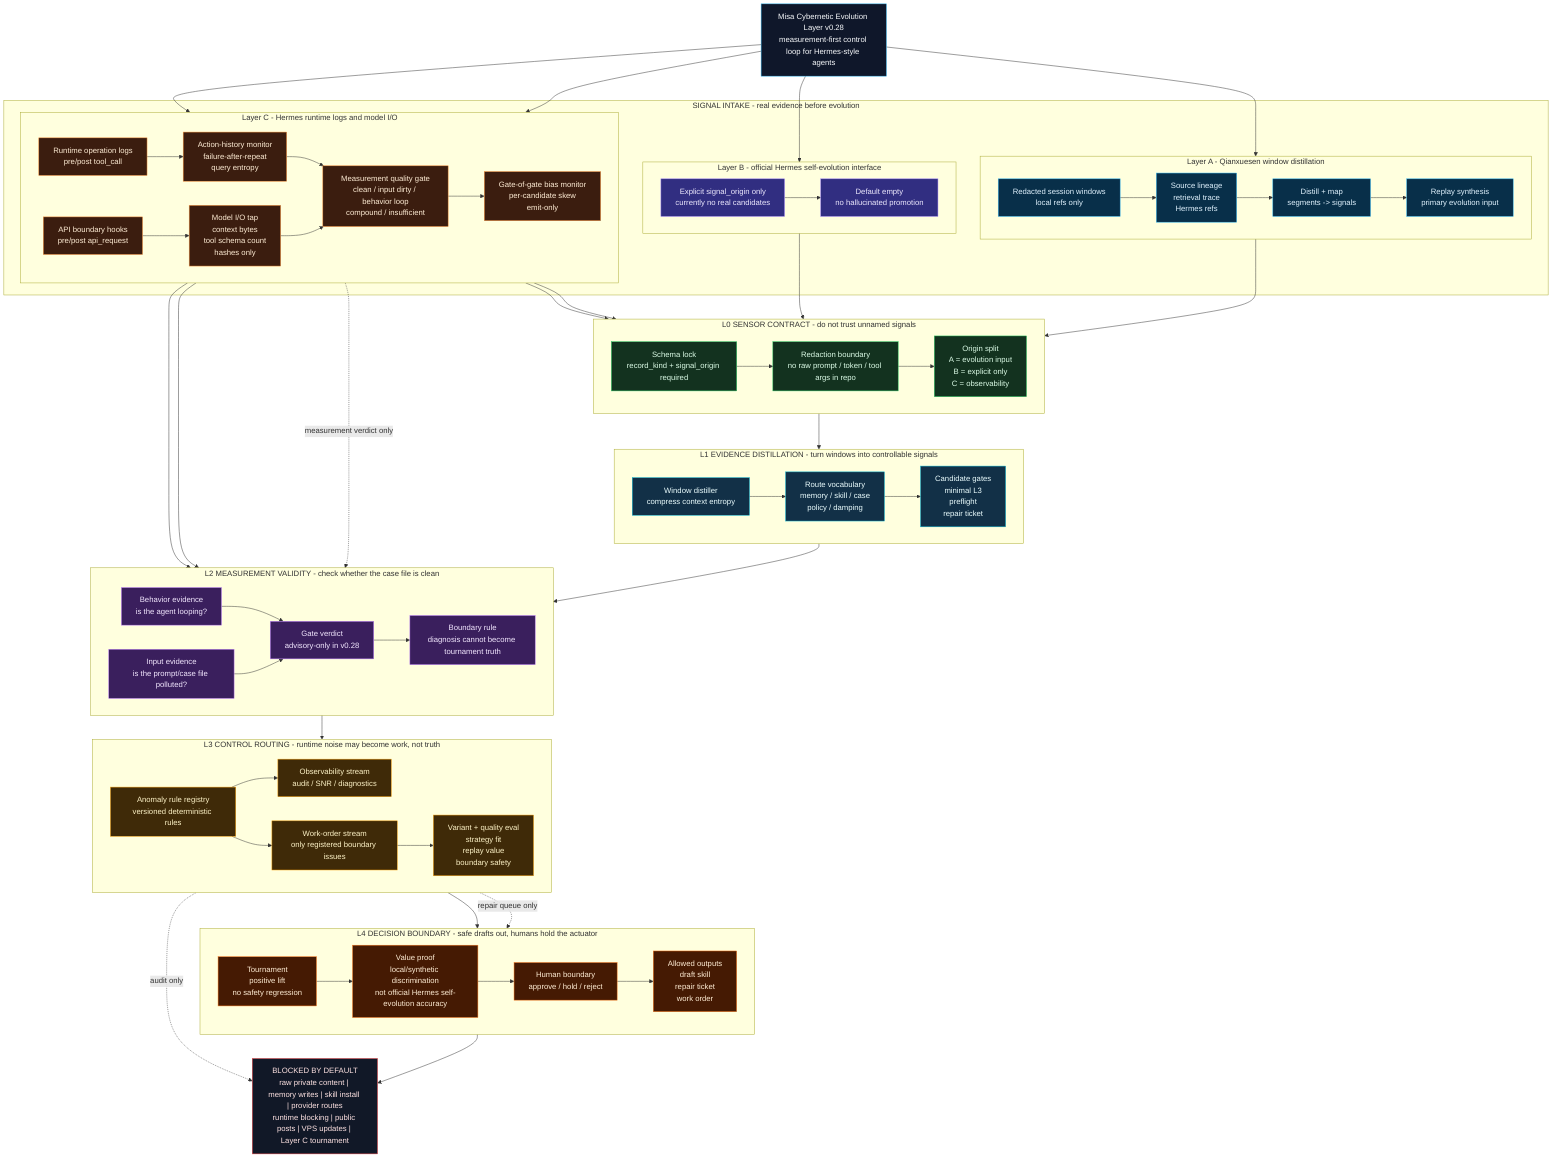
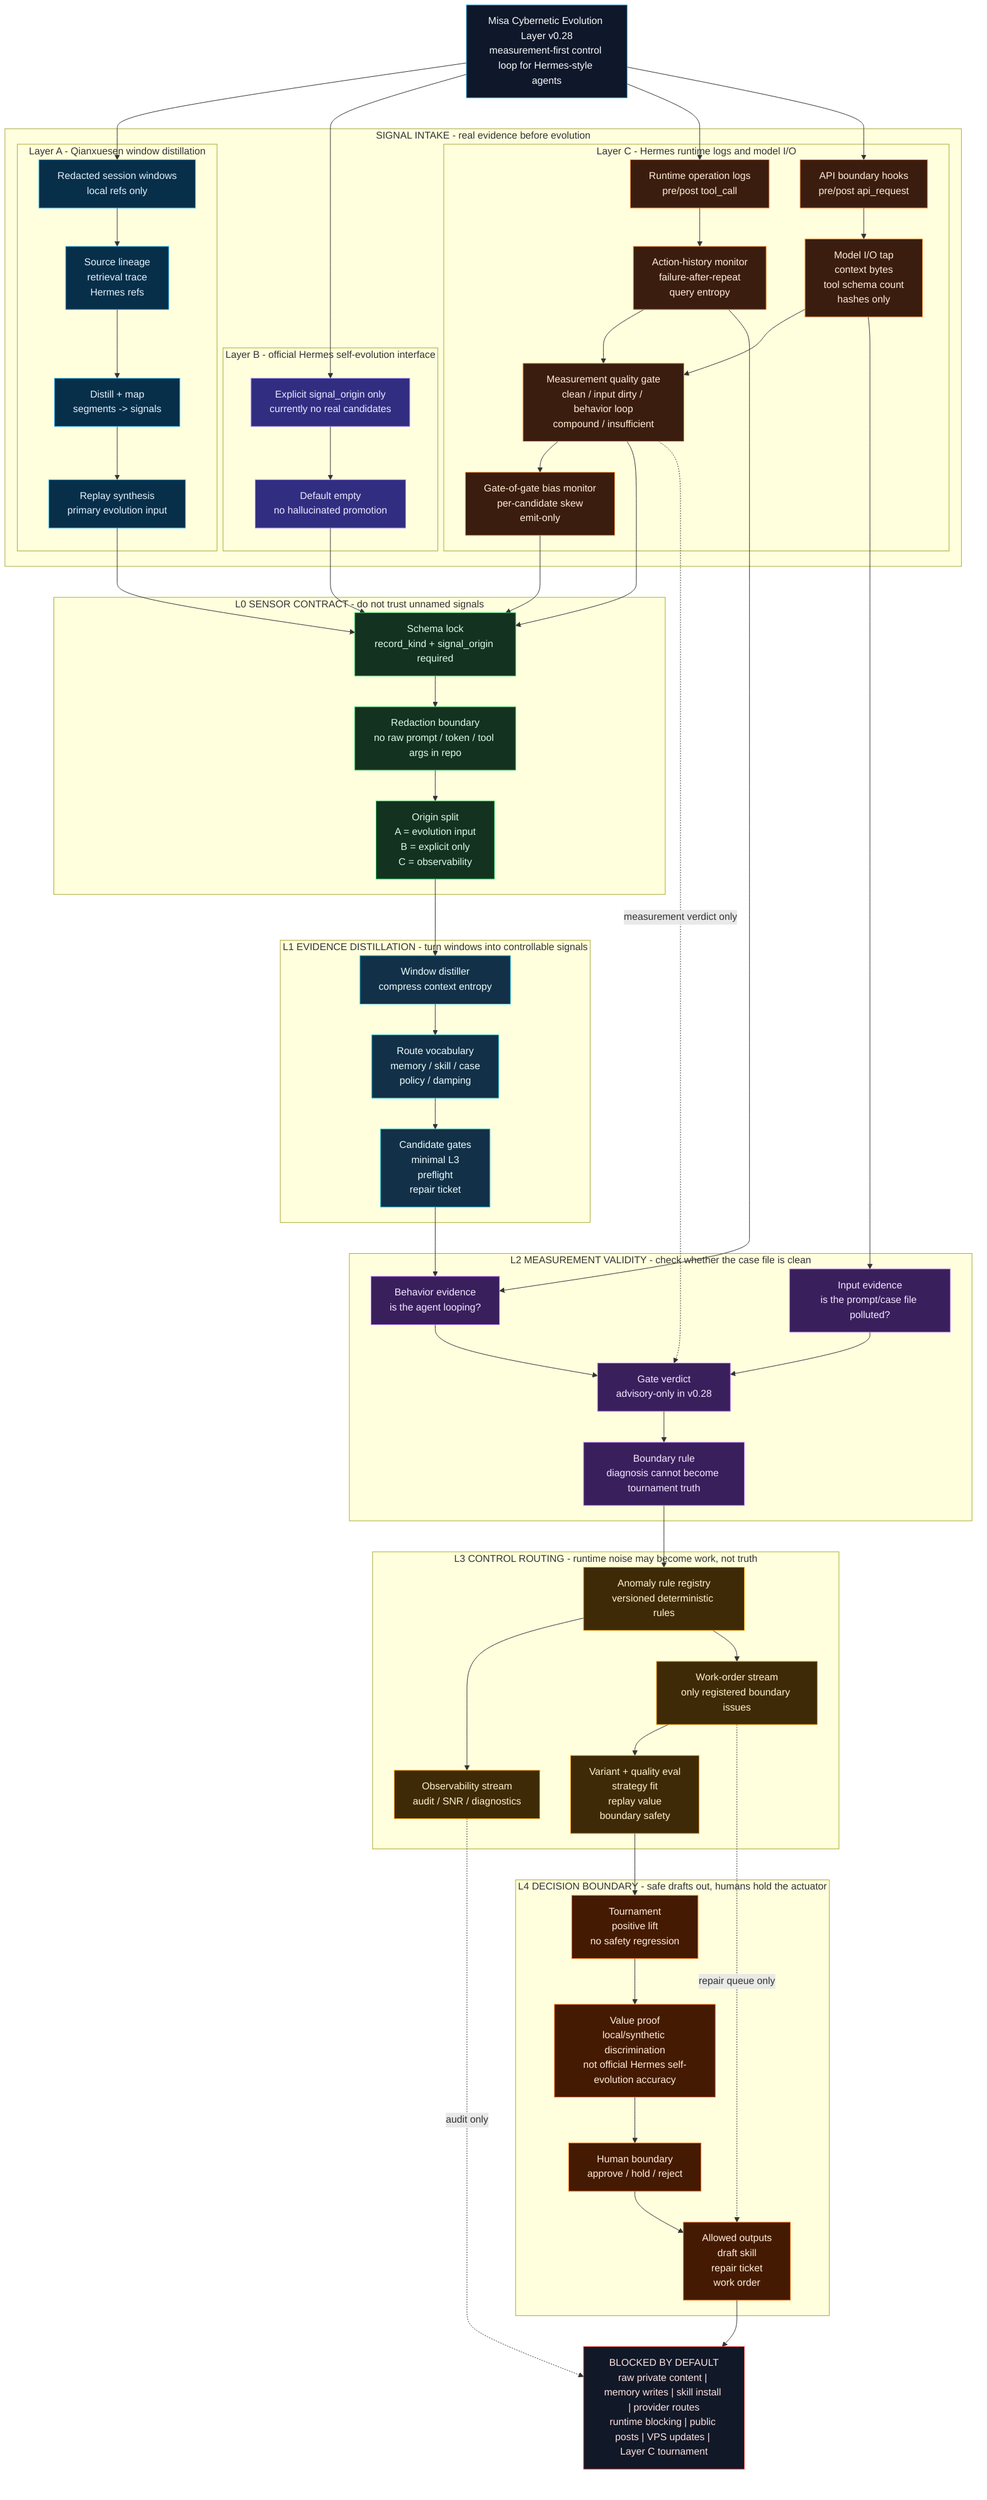
graph TD
  TITLE["Misa Cybernetic Evolution Layer v0.28<br/>measurement-first control loop for Hermes-style agents"]

  subgraph SRC["SIGNAL INTAKE - real evidence before evolution"]
    subgraph A_SRC["Layer A - Qianxuesen window distillation"]
-       direction LR
      A0["Redacted session windows<br/>local refs only"]
      A1["Source lineage<br/>retrieval trace<br/>Hermes refs"]
      A2["Distill + map<br/>segments -> signals"]
      A3["Replay synthesis<br/>primary evolution input"]
      A0 --> A1 --> A2 --> A3
    end

    subgraph B_SRC["Layer B - official Hermes self-evolution interface"]
-       direction LR
      B0["Explicit signal_origin only<br/>currently no real candidates"]
      B1["Default empty<br/>no hallucinated promotion"]
      B0 --> B1
    end

    subgraph C_SRC["Layer C - Hermes runtime logs and model I/O"]
-       direction LR
      C0["Runtime operation logs<br/>pre/post tool_call"]
      C1["API boundary hooks<br/>pre/post api_request"]
      C2["Action-history monitor<br/>failure-after-repeat<br/>query entropy"]
      C3["Model I/O tap<br/>context bytes<br/>tool schema count<br/>hashes only"]
      C4["Measurement quality gate<br/>clean / input dirty / behavior loop<br/>compound / insufficient"]
      C5["Gate-of-gate bias monitor<br/>per-candidate skew<br/>emit-only"]
      C0 --> C2 --> C4
      C1 --> C3 --> C4 --> C5
    end
  end

  subgraph L0["L0 SENSOR CONTRACT - do not trust unnamed signals"]
-     direction LR
    L0A["Schema lock<br/>record_kind + signal_origin required"]
    L0B["Redaction boundary<br/>no raw prompt / token / tool args in repo"]
    L0C["Origin split<br/>A = evolution input<br/>B = explicit only<br/>C = observability"]
    L0A --> L0B --> L0C
  end

  subgraph L1["L1 EVIDENCE DISTILLATION - turn windows into controllable signals"]
-     direction LR
    L1A["Window distiller<br/>compress context entropy"]
    L1B["Route vocabulary<br/>memory / skill / case<br/>policy / damping"]
    L1C["Candidate gates<br/>minimal L3<br/>preflight<br/>repair ticket"]
    L1A --> L1B --> L1C
  end

  subgraph L2["L2 MEASUREMENT VALIDITY - check whether the case file is clean"]
-     direction LR
    L2A["Behavior evidence<br/>is the agent looping?"]
    L2B["Input evidence<br/>is the prompt/case file polluted?"]
    L2C["Gate verdict<br/>advisory-only in v0.28"]
    L2D["Boundary rule<br/>diagnosis cannot become tournament truth"]
    L2A --> L2C
    L2B --> L2C --> L2D
  end

  subgraph L3["L3 CONTROL ROUTING - runtime noise may become work, not truth"]
-     direction LR
    L3A["Anomaly rule registry<br/>versioned deterministic rules"]
    L3B["Observability stream<br/>audit / SNR / diagnostics"]
    L3C["Work-order stream<br/>only registered boundary issues"]
    L3D["Variant + quality eval<br/>strategy fit<br/>replay value<br/>boundary safety"]
    L3A --> L3B
    L3A --> L3C --> L3D
  end

  subgraph L4["L4 DECISION BOUNDARY - safe drafts out, humans hold the actuator"]
-     direction LR
    L4A["Tournament<br/>positive lift<br/>no safety regression"]
    L4B["Value proof<br/>local/synthetic discrimination<br/>not official Hermes self-evolution accuracy"]
    L4C["Human boundary<br/>approve / hold / reject"]
    L4D["Allowed outputs<br/>draft skill<br/>repair ticket<br/>work order"]
    L4A --> L4B --> L4C --> L4D
  end

  BLOCK["BLOCKED BY DEFAULT<br/>raw private content | memory writes | skill install | provider routes<br/>runtime blocking | public posts | VPS updates | Layer C tournament"]

  TITLE --> A0
  TITLE --> B0
  TITLE --> C0
  TITLE --> C1
  A3 --> L0A
  B1 --> L0A
  C4 --> L0A
  C5 --> L0A
  L0C --> L1A
  L1C --> L2A
  C2 --> L2A
  C3 --> L2B
  L2D --> L3A
  L3D --> L4A
  L4D --> BLOCK

  C4 -. "measurement verdict only" .-> L2C
  L3B -. "audit only" .-> BLOCK
  L3C -. "repair queue only" .-> L4D

  classDef title fill:#0f172a,stroke:#38bdf8,color:#f8fafc;
  classDef source fill:#082f49,stroke:#38bdf8,color:#e0f2fe;
  classDef official fill:#312e81,stroke:#a78bfa,color:#ede9fe;
  classDef runtime fill:#3b1d0f,stroke:#fb923c,color:#ffedd5;
  classDef contract fill:#13321f,stroke:#22c55e,color:#dcfce7;
  classDef distill fill:#123047,stroke:#06b6d4,color:#ecfeff;
  classDef measure fill:#3a1f5d,stroke:#c084fc,color:#f3e8ff;
  classDef route fill:#3f2a08,stroke:#f59e0b,color:#fef3c7;
  classDef decision fill:#451a03,stroke:#f97316,color:#ffedd5;
  classDef block fill:#111827,stroke:#ef4444,color:#fee2e2;

  class TITLE title;
  class A0,A1,A2,A3 source;
  class B0,B1 official;
  class C0,C1,C2,C3,C4,C5 runtime;
  class L0A,L0B,L0C contract;
  class L1A,L1B,L1C distill;
  class L2A,L2B,L2C,L2D measure;
  class L3A,L3B,L3C,L3D route;
  class L4A,L4B,L4C,L4D decision;
  class BLOCK block;
